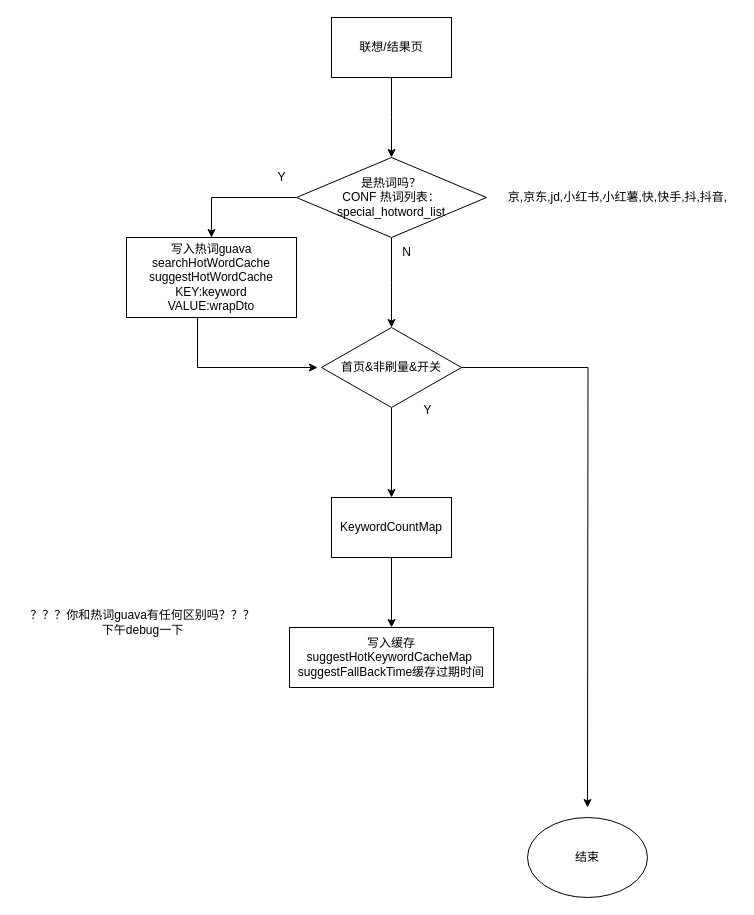
Earlier version of the draw.io diagram 搜索GlobalFallback.drawio (ETHAN0430/draw.io.repo). Source tidied: cells renumbered, new cells numbered last; positions are measured from the earlier drawing's top-left corner, leaving out a move shared by most shapes. Both pictures are drawn from the tidied source at 100%, with x=0, y=0 at pixel (17, 17).
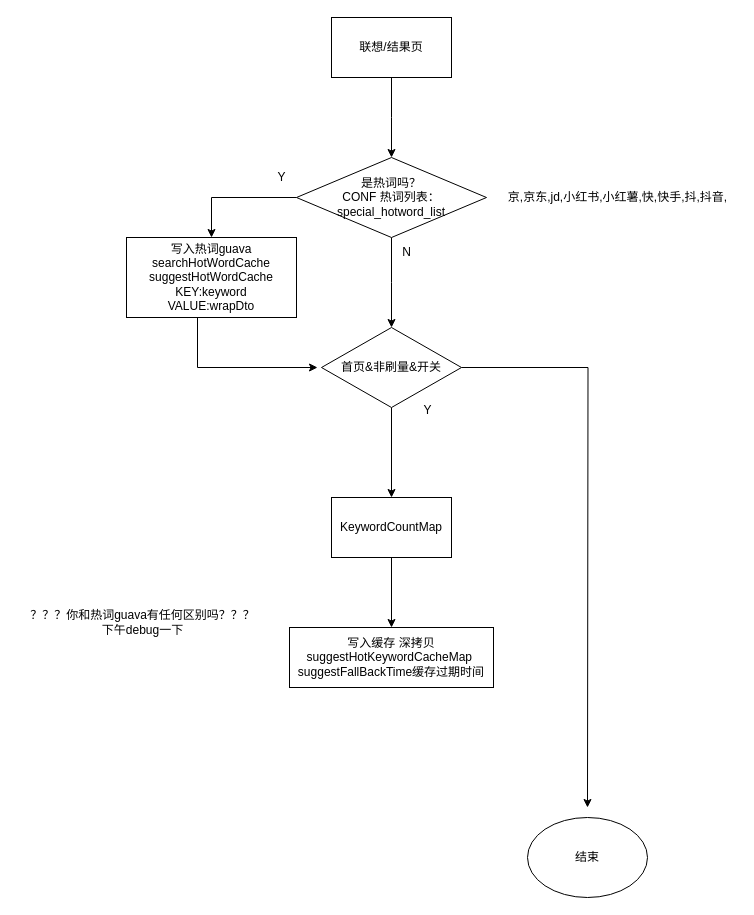
Above is the later version.

Change to the diagram source:
```diff
@@
-    <mxCell id="19" value="写入缓存&lt;br&gt;suggestHotKeywordCacheMap&amp;nbsp;&lt;br&gt;suggestFallBackTime缓存过期时间" style="whiteSpace=wrap;html=1;" parent="1" vertex="1">
+    <mxCell id="19" value="写入缓存 深拷贝&lt;br&gt;suggestHotKeywordCacheMap&amp;nbsp;&lt;br&gt;suggestFallBackTime缓存过期时间" style="whiteSpace=wrap;html=1;" parent="1" vertex="1">
       <mxGeometry x="272" y="610" width="204" height="60" as="geometry" />
     </mxCell>
```
